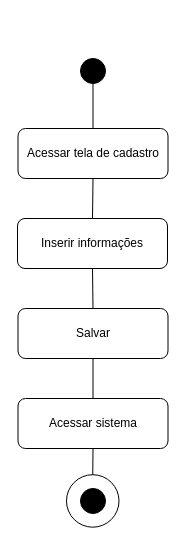
Above: cadastrar.drawio in Thiago163/api_sistema_trienal (draw.io), before the change. Source tidied: cells renumbered, new cells numbered last; positions are measured from the earlier drawing's top-left corner, leaving out a move shared by most shapes. Both pictures are drawn from the tidied source at 100%, with x=0, y=0 at pixel (17, 58).
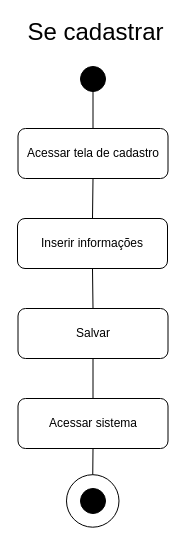
The same diagram, later.

The edit, as a diff of the source:
```diff
@@
 <mxGraphModel>
   <root>
     <mxCell id="0" />
     <mxCell id="1" parent="0" />
     <mxCell id="2" style="ellipse;whiteSpace=wrap;html=1;fillColor=#000000;" parent="1" vertex="1">
-      <mxGeometry x="63" width="25" height="25" as="geometry" />
+      <mxGeometry x="63" y="8" width="25" height="25" as="geometry" />
     </mxCell>
     <mxCell id="3" style="endArrow=none;html=1;rounded=0;entryX=0.5;entryY=1;entryDx=0;entryDy=0;exitX=0.5;exitY=0;exitDx=0;exitDy=0;" parent="1" edge="1" source="4" target="2">
       <mxGeometry relative="1" as="geometry" />
     </mxCell>
     <mxCell id="4" value="Acessar tela de cadastro" style="rounded=1;whiteSpace=wrap;html=1;" parent="1" vertex="1">
       <mxGeometry x="0.5" y="70" width="150" height="50" as="geometry" />
     </mxCell>
     <mxCell id="5" value="Inserir informações" style="rounded=1;whiteSpace=wrap;html=1;" parent="1" vertex="1">
       <mxGeometry y="160" width="150" height="50" as="geometry" />
     </mxCell>
     <mxCell id="6" value="Salvar" style="rounded=1;whiteSpace=wrap;html=1;" parent="1" vertex="1">
       <mxGeometry x="0.5" y="250" width="150" height="50" as="geometry" />
     </mxCell>
     <mxCell id="7" value="Acessar sistema" style="rounded=1;whiteSpace=wrap;html=1;" parent="1" vertex="1">
       <mxGeometry x="0.5" y="340" width="150" height="50" as="geometry" />
     </mxCell>
     <mxCell id="8" style="endArrow=none;html=1;rounded=0;entryX=0.5;entryY=1;entryDx=0;entryDy=0;exitX=0.5;exitY=0;exitDx=0;exitDy=0;" parent="1" edge="1" source="5" target="4">
       <mxGeometry relative="1" as="geometry" />
     </mxCell>
     <mxCell id="9" style="endArrow=none;html=1;rounded=0;entryX=0.5;entryY=1;entryDx=0;entryDy=0;exitX=0.5;exitY=0;exitDx=0;exitDy=0;" parent="1" edge="1" source="6" target="5">
       <mxGeometry relative="1" as="geometry" />
     </mxCell>
     <mxCell id="10" style="endArrow=none;html=1;rounded=0;entryX=0.5;entryY=1;entryDx=0;entryDy=0;exitX=0.5;exitY=0;exitDx=0;exitDy=0;" parent="1" edge="1" source="7" target="6">
       <mxGeometry relative="1" as="geometry" />
     </mxCell>
     <mxCell id="11" style="ellipse;whiteSpace=wrap;html=1;" parent="1" vertex="1">
       <mxGeometry x="49" y="416.2" width="52.5" height="52.5" as="geometry" />
     </mxCell>
     <mxCell id="12" style="ellipse;whiteSpace=wrap;html=1;fillColor=#000000;" parent="1" vertex="1">
       <mxGeometry x="63" y="430" width="25" height="25" as="geometry" />
     </mxCell>
     <mxCell id="13" style="endArrow=none;html=1;rounded=0;entryX=0.5;entryY=1;entryDx=0;entryDy=0;exitX=0.5;exitY=0;exitDx=0;exitDy=0;" parent="1" edge="1" source="11" target="7">
       <mxGeometry relative="1" as="geometry" />
     </mxCell>
+    <mxCell id="14" value="&lt;font style=&quot;font-size: 24px;&quot;&gt;Se cadastrar&lt;/font&gt;" style="text;html=1;align=center;verticalAlign=middle;whiteSpace=wrap;rounded=0;" parent="1" vertex="1">
+      <mxGeometry x="0.5" y="-41" width="154.5" height="30" as="geometry" />
+    </mxCell>
   </root>
 </mxGraphModel>
```
